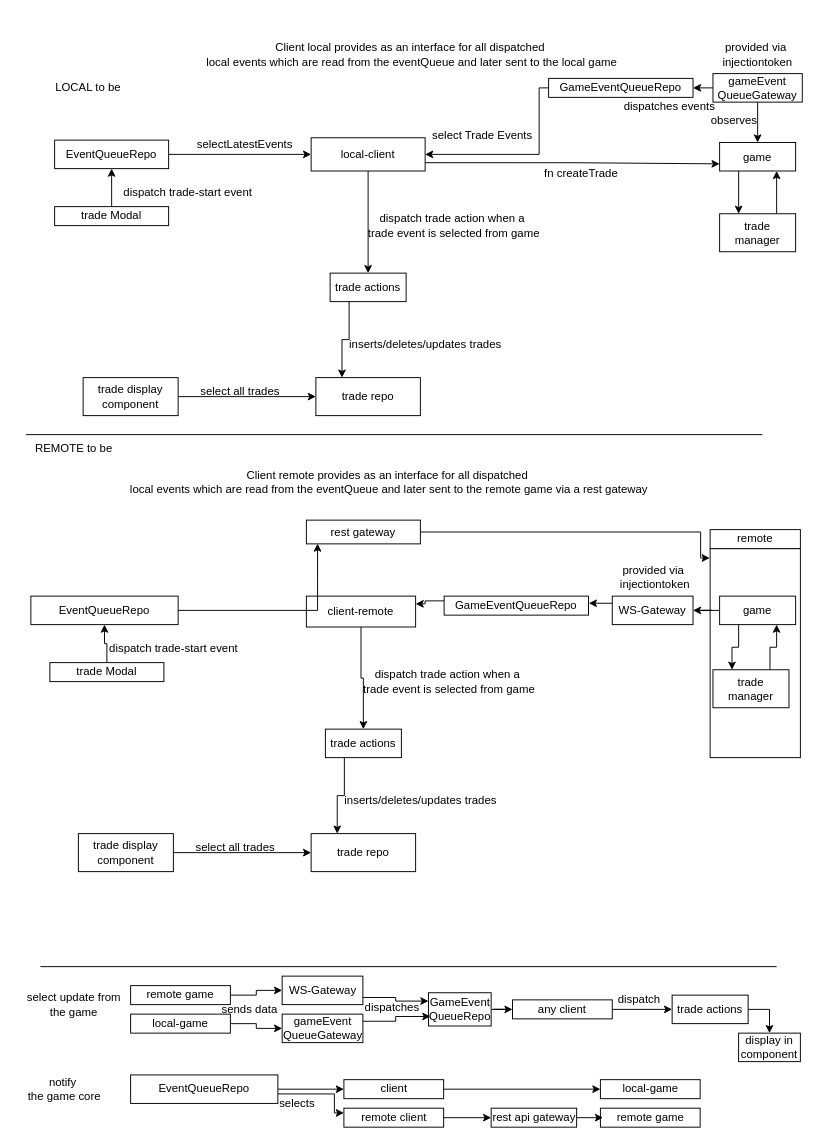
Above: docs/game-communication-architecture.drawio in Tiny-Settlements-Conquests/Tiny-Settlement-Conquest (draw.io), before the change. Source tidied: cells renumbered, new cells numbered last; positions are measured from the earlier drawing's top-left corner, leaving out a move shared by most shapes. Both pictures are drawn from the tidied source at 95%, with x=0, y=0 at pixel (16, 35).
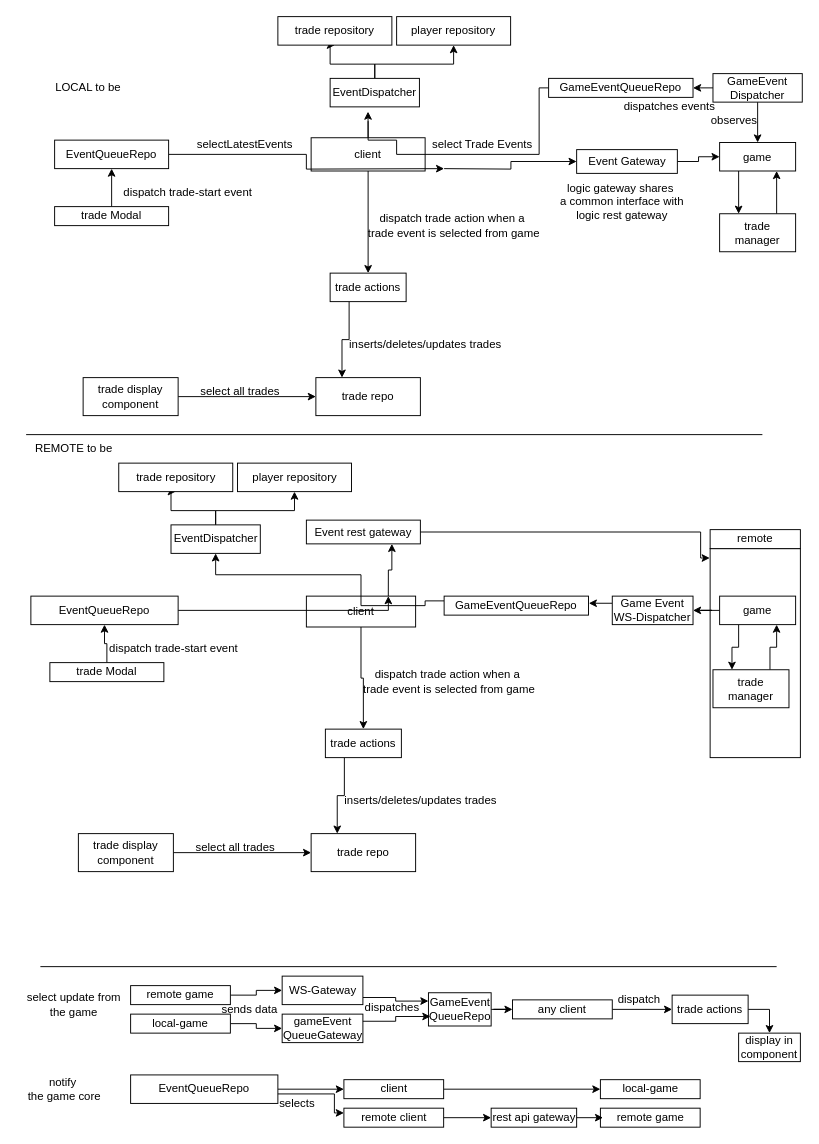
After the change.

The change refers to these unchanged cells:
```xml
<mxCell id="6" value="EventQueueRepo" style="rounded=0;whiteSpace=wrap;html=1;" parent="1" vertex="1">
  <mxGeometry x="40" y="110" width="120" height="30" as="geometry" />
</mxCell>
<mxCell id="14" value="game" style="whiteSpace=wrap;html=1;" parent="1" vertex="1">
  <mxGeometry x="740" y="112.5" width="80" height="30" as="geometry" />
</mxCell>
<mxCell id="30" value="EventQueueRepo" style="rounded=0;whiteSpace=wrap;html=1;" parent="1" vertex="1">
  <mxGeometry x="15" y="590" width="155" height="30" as="geometry" />
</mxCell>
<mxCell id="70" value="GameEventQueueRepo" style="rounded=0;whiteSpace=wrap;html=1;" parent="1" vertex="1">
  <mxGeometry x="560" y="45" width="152" height="20" as="geometry" />
</mxCell>
<mxCell id="77" value="GameEventQueueRepo" style="rounded=0;whiteSpace=wrap;html=1;" parent="1" vertex="1">
  <mxGeometry x="450" y="590" width="152" height="20" as="geometry" />
</mxCell>
```

Diff of the diagram source:
```diff
@@
+    <mxCell id="10" value="client" style="rounded=0;whiteSpace=wrap;html=1;" parent="1" vertex="1">
+      <mxGeometry x="310" y="107.5" width="120" height="35" as="geometry" />
+    </mxCell>
+    <mxCell id="32" value="client" style="rounded=0;whiteSpace=wrap;html=1;" parent="1" vertex="1">
+      <mxGeometry x="305" y="590" width="115" height="32.5" as="geometry" />
+    </mxCell>
@@
-    <mxCell id="5" style="edgeStyle=orthogonalEdgeStyle;rounded=0;jettySize=auto;html=1;exitX=1;exitY=0.5;exitDx=0;exitDy=0;" parent="1" edge="1" source="6" target="10">
-      <mxGeometry relative="1" as="geometry" />
+    <mxCell id="5" style="edgeStyle=orthogonalEdgeStyle;rounded=0;jettySize=auto;html=1;exitX=1;exitY=0.5;exitDx=0;exitDy=0;" parent="1" edge="1" source="6">
+      <mxGeometry relative="1" as="geometry">
+        <mxPoint x="450" y="140" as="targetPoint" />
+      </mxGeometry>
     </mxCell>
@@
-    <mxCell id="9" style="edgeStyle=orthogonalEdgeStyle;rounded=0;jettySize=auto;html=1;exitX=1;exitY=0.75;exitDx=0;exitDy=0;entryX=0;entryY=0.75;entryDx=0;entryDy=0;" parent="1" edge="1" source="10" target="14">
-      <mxGeometry relative="1" as="geometry">
-        <Array as="points">
-          <mxPoint x="589" y="134" />
-          <mxPoint x="747" y="134" />
-        </Array>
-      </mxGeometry>
-    </mxCell>
-    <mxCell id="10" value="local-client" style="rounded=0;whiteSpace=wrap;html=1;" parent="1" vertex="1">
-      <mxGeometry x="310" y="107.5" width="120" height="35" as="geometry" />
-    </mxCell>
+    <mxCell id="100" style="edgeStyle=orthogonalEdgeStyle;rounded=0;jettySize=auto;html=1;" parent="1" edge="1" target="106">
+      <mxGeometry relative="1" as="geometry">
+        <mxPoint x="450" y="140" as="sourcePoint" />
+      </mxGeometry>
+    </mxCell>
+    <mxCell id="101" style="edgeStyle=orthogonalEdgeStyle;rounded=0;jettySize=auto;html=1;exitX=0.5;exitY=0;exitDx=0;exitDy=0;" parent="1" edge="1" source="10">
+      <mxGeometry relative="1" as="geometry">
+        <mxPoint x="369.9" y="80" as="targetPoint" />
+      </mxGeometry>
+    </mxCell>
@@
-    <mxCell id="19" value="fn createTrade" style="text;html=1;align=center;verticalAlign=middle;strokeColor=none;fillColor=none;" parent="1" vertex="1">
-      <mxGeometry x="544" y="130" width="100" height="30" as="geometry" />
-    </mxCell>
     <mxCell id="20" value="select Trade Events" style="text;html=1;align=center;verticalAlign=middle;strokeColor=none;fillColor=none;" parent="1" vertex="1">
-      <mxGeometry x="425" y="90" width="130" height="30" as="geometry" />
+      <mxGeometry x="425" y="100" width="130" height="30" as="geometry" />
     </mxCell>
@@
+    <mxCell id="102" style="edgeStyle=orthogonalEdgeStyle;rounded=0;jettySize=auto;html=1;exitX=1;exitY=0.5;exitDx=0;exitDy=0;entryX=0.75;entryY=0;entryDx=0;entryDy=0;" parent="1" edge="1" source="30" target="32">
+      <mxGeometry relative="1" as="geometry">
+        <Array as="points">
+          <mxPoint x="391" y="605" />
+        </Array>
+      </mxGeometry>
+    </mxCell>
@@
-    <mxCell id="32" value="client-remote" style="rounded=0;whiteSpace=wrap;html=1;" parent="1" vertex="1">
-      <mxGeometry x="305" y="590" width="115" height="32.5" as="geometry" />
-    </mxCell>
+    <mxCell id="103" style="edgeStyle=orthogonalEdgeStyle;rounded=0;jettySize=auto;html=1;exitX=0.5;exitY=0;exitDx=0;exitDy=0;entryX=0.5;entryY=1;entryDx=0;entryDy=0;" parent="1" edge="1" source="32" target="115">
+      <mxGeometry relative="1" as="geometry" />
+    </mxCell>
+    <mxCell id="104" style="edgeStyle=orthogonalEdgeStyle;rounded=0;jettySize=auto;html=1;exitX=0.75;exitY=0;exitDx=0;exitDy=0;entryX=0.75;entryY=1;entryDx=0;entryDy=0;" parent="1" edge="1" source="32" target="50">
+      <mxGeometry relative="1" as="geometry" />
+    </mxCell>
@@
-    <mxCell id="49" value="WS-Gateway" style="rounded=0;whiteSpace=wrap;html=1;" parent="1" vertex="1">
+    <mxCell id="49" value="Game Event WS-Dispatcher" style="rounded=0;whiteSpace=wrap;html=1;" parent="1" vertex="1">
       <mxGeometry x="627" y="590" width="85" height="30" as="geometry" />
     </mxCell>
-    <mxCell id="50" value="rest gateway" style="rounded=0;whiteSpace=wrap;html=1;" parent="1" vertex="1">
+    <mxCell id="50" value="Event&amp;nbsp;&lt;span style=&quot;background-color: initial;&quot;&gt;rest gateway&lt;/span&gt;" style="rounded=0;whiteSpace=wrap;html=1;" parent="1" vertex="1">
       <mxGeometry x="305" y="510" width="120" height="25" as="geometry" />
     </mxCell>
-    <mxCell id="51" value="Client local provides as an interface for all dispatched&lt;div&gt;&amp;nbsp;local events which are read from the eventQueue and later sent to the local game&lt;/div&gt;" style="text;html=1;align=center;verticalAlign=middle;strokeColor=none;fillColor=none;" parent="1" vertex="1">
-      <mxGeometry x="184" width="460" height="40" as="geometry" />
-    </mxCell>
-    <mxCell id="52" value="provided via&lt;div&gt;&amp;nbsp;injectiontoken&lt;/div&gt;" style="text;html=1;align=center;verticalAlign=middle;strokeColor=none;fillColor=none;" parent="1" vertex="1">
-      <mxGeometry x="727.5" width="100" height="40" as="geometry" />
-    </mxCell>
-    <mxCell id="53" style="edgeStyle=orthogonalEdgeStyle;rounded=0;jettySize=auto;html=1;exitX=1;exitY=0.5;exitDx=0;exitDy=0;entryX=0.098;entryY=0.989;entryDx=0;entryDy=0;entryPerimeter=0;" parent="1" edge="1" source="30" target="50">
-      <mxGeometry relative="1" as="geometry" />
-    </mxCell>
@@
-    <mxCell id="68" value="Client remote provides as an interface for all dispatched&lt;div&gt;&amp;nbsp;local events which are read from the eventQueue and later sent to the remote game via a rest gateway&lt;/div&gt;" style="text;html=1;align=center;verticalAlign=middle;strokeColor=none;fillColor=none;" parent="1" vertex="1">
-      <mxGeometry x="105" y="450" width="570" height="40" as="geometry" />
-    </mxCell>
-    <mxCell id="69" style="edgeStyle=orthogonalEdgeStyle;rounded=0;jettySize=auto;html=1;exitX=0;exitY=0.5;exitDx=0;exitDy=0;entryX=1;entryY=0.5;entryDx=0;entryDy=0;" parent="1" edge="1" source="70" target="10">
+    <mxCell id="69" style="edgeStyle=orthogonalEdgeStyle;rounded=0;jettySize=auto;html=1;exitX=0;exitY=0.5;exitDx=0;exitDy=0;startArrow=none;startFill=0;endArrow=none;endFill=0;" parent="1" edge="1" source="70">
       <mxGeometry relative="1" as="geometry">
+        <mxPoint x="370" y="90" as="targetPoint" />
         <Array as="points">
           <mxPoint x="550" y="55" />
           <mxPoint x="550" y="125" />
+          <mxPoint x="400" y="125" />
+          <mxPoint x="400" y="110" />
+          <mxPoint x="370" y="110" />
         </Array>
       </mxGeometry>
     </mxCell>
@@
-    <mxCell id="73" value="gameEvent&lt;div&gt;QueueGateway&lt;/div&gt;" style="rounded=0;whiteSpace=wrap;html=1;" parent="1" vertex="1">
+    <mxCell id="73" value="GameEvent&lt;div&gt;Dispatcher&lt;/div&gt;" style="rounded=0;whiteSpace=wrap;html=1;" parent="1" vertex="1">
       <mxGeometry x="733" y="40" width="94" height="30" as="geometry" />
     </mxCell>
@@
-    <mxCell id="76" style="edgeStyle=orthogonalEdgeStyle;rounded=0;jettySize=auto;html=1;exitX=0;exitY=0.25;exitDx=0;exitDy=0;entryX=1;entryY=0.25;entryDx=0;entryDy=0;" parent="1" edge="1" source="77" target="32">
+    <mxCell id="76" style="edgeStyle=orthogonalEdgeStyle;rounded=0;jettySize=auto;html=1;exitX=0;exitY=0.25;exitDx=0;exitDy=0;entryX=0.5;entryY=0;entryDx=0;entryDy=0;endArrow=none;endFill=0;" parent="1" edge="1" source="77" target="32">
       <mxGeometry relative="1" as="geometry">
         <Array as="points">
           <mxPoint x="430" y="595" />
-          <mxPoint x="430" y="598" />
+          <mxPoint x="430" y="600" />
+          <mxPoint x="362" y="600" />
         </Array>
       </mxGeometry>
     </mxCell>
@@
-    <mxCell id="79" value="provided via&lt;div&gt;&amp;nbsp;injectiontoken&lt;/div&gt;" style="text;html=1;align=center;verticalAlign=middle;strokeColor=none;fillColor=none;" parent="1" vertex="1">
-      <mxGeometry x="619.5" y="550" width="100" height="40" as="geometry" />
-    </mxCell>
@@
+    <mxCell id="105" style="edgeStyle=orthogonalEdgeStyle;rounded=0;jettySize=auto;html=1;exitX=1;exitY=0.5;exitDx=0;exitDy=0;entryX=0;entryY=0.5;entryDx=0;entryDy=0;" parent="1" edge="1" source="106" target="14">
+      <mxGeometry relative="1" as="geometry" />
+    </mxCell>
+    <mxCell id="106" value="Event Gateway" style="rounded=0;whiteSpace=wrap;html=1;" parent="1" vertex="1">
+      <mxGeometry x="589.5" y="120" width="106" height="25" as="geometry" />
+    </mxCell>
+    <mxCell id="107" value="logic gateway shares&amp;nbsp;&lt;div&gt;a common interface with&lt;div&gt;logic rest gateway&lt;/div&gt;&lt;/div&gt;" style="text;html=1;align=center;verticalAlign=middle;strokeColor=none;fillColor=none;" parent="1" vertex="1">
+      <mxGeometry x="562" y="145" width="150" height="60" as="geometry" />
+    </mxCell>
+    <mxCell id="108" style="edgeStyle=orthogonalEdgeStyle;rounded=0;jettySize=auto;html=1;exitX=0.5;exitY=0;exitDx=0;exitDy=0;entryX=0.5;entryY=1;entryDx=0;entryDy=0;" parent="1" edge="1" source="110" target="111">
+      <mxGeometry relative="1" as="geometry">
+        <Array as="points">
+          <mxPoint x="377" y="30" />
+          <mxPoint x="460" y="30" />
+        </Array>
+      </mxGeometry>
+    </mxCell>
+    <mxCell id="109" style="edgeStyle=orthogonalEdgeStyle;rounded=0;jettySize=auto;html=1;exitX=0.5;exitY=0;exitDx=0;exitDy=0;entryX=0.5;entryY=1;entryDx=0;entryDy=0;" parent="1" edge="1" source="110" target="112">
+      <mxGeometry relative="1" as="geometry">
+        <Array as="points">
+          <mxPoint x="377" y="30" />
+          <mxPoint x="330" y="30" />
+          <mxPoint x="330" y="10" />
+        </Array>
+      </mxGeometry>
+    </mxCell>
+    <mxCell id="110" value="EventDispatcher" style="rounded=0;whiteSpace=wrap;html=1;" parent="1" vertex="1">
+      <mxGeometry x="330" y="45" width="94" height="30" as="geometry" />
+    </mxCell>
+    <mxCell id="111" value="player repository" style="rounded=0;whiteSpace=wrap;html=1;" parent="1" vertex="1">
+      <mxGeometry x="400" y="-20" width="120" height="30" as="geometry" />
+    </mxCell>
+    <mxCell id="112" value="trade repository" style="rounded=0;whiteSpace=wrap;html=1;" parent="1" vertex="1">
+      <mxGeometry x="275" y="-20" width="120" height="30" as="geometry" />
+    </mxCell>
+    <mxCell id="113" style="edgeStyle=orthogonalEdgeStyle;rounded=0;jettySize=auto;html=1;exitX=0.5;exitY=0;exitDx=0;exitDy=0;entryX=0.5;entryY=1;entryDx=0;entryDy=0;" parent="1" edge="1" source="115" target="116">
+      <mxGeometry relative="1" as="geometry">
+        <Array as="points">
+          <mxPoint x="209.5" y="500" />
+          <mxPoint x="292.5" y="500" />
+        </Array>
+      </mxGeometry>
+    </mxCell>
+    <mxCell id="114" style="edgeStyle=orthogonalEdgeStyle;rounded=0;jettySize=auto;html=1;exitX=0.5;exitY=0;exitDx=0;exitDy=0;entryX=0.5;entryY=1;entryDx=0;entryDy=0;" parent="1" edge="1" source="115" target="117">
+      <mxGeometry relative="1" as="geometry">
+        <Array as="points">
+          <mxPoint x="209.5" y="500" />
+          <mxPoint x="162.5" y="500" />
+          <mxPoint x="162.5" y="480" />
+        </Array>
+      </mxGeometry>
+    </mxCell>
+    <mxCell id="115" value="EventDispatcher" style="rounded=0;whiteSpace=wrap;html=1;" parent="1" vertex="1">
+      <mxGeometry x="162.5" y="515" width="94" height="30" as="geometry" />
+    </mxCell>
+    <mxCell id="116" value="player repository" style="rounded=0;whiteSpace=wrap;html=1;" parent="1" vertex="1">
+      <mxGeometry x="232.5" y="450" width="120" height="30" as="geometry" />
+    </mxCell>
+    <mxCell id="117" value="trade repository" style="rounded=0;whiteSpace=wrap;html=1;" parent="1" vertex="1">
+      <mxGeometry x="107.5" y="450" width="120" height="30" as="geometry" />
+    </mxCell>
```
